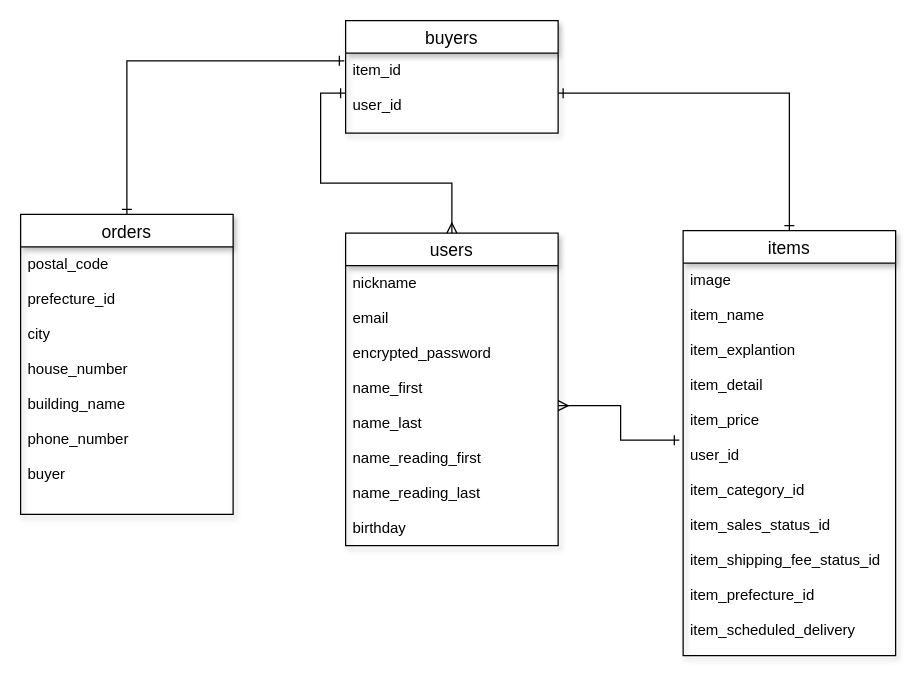
Earlier version of the draw.io diagram er.dio (takuto95/furima-31488). Source tidied: cells renumbered, new cells numbered last; positions are measured from the earlier drawing's top-left corner, leaving out a move shared by most shapes. Both pictures are drawn from the tidied source at 125%, with x=0, y=0 at pixel (20, 20).
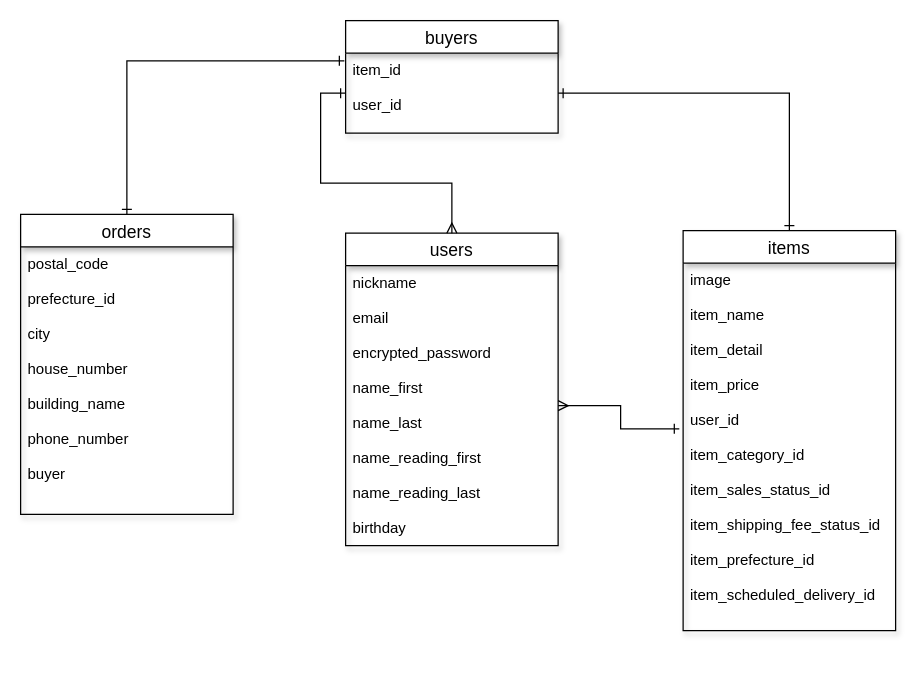
The same page after the edit.

The edit, as a diff of the source:
```diff
@@
 <mxGraphModel>
   <root>
     <mxCell id="0" />
     <mxCell id="1" parent="0" />
     <mxCell id="2" value="users" style="swimlane;fontStyle=0;horizontal=1;startSize=26;align=center;fontSize=14;shadow=1;direction=east;" parent="1" vertex="1">
       <mxGeometry x="260" y="170" width="170" height="250" as="geometry" />
     </mxCell>
     <mxCell id="3" value="nickname&#10;&#10;email&#10;&#10;encrypted_password&#10;&#10;name_first&#10;&#10;name_last&#10;&#10;name_reading_first&#10;&#10;name_reading_last&#10;&#10;birthday&#10;" style="text;strokeColor=none;fillColor=none;spacingLeft=4;spacingRight=4;overflow=hidden;points=[[0,0.5],[1,0.5]];portConstraint=eastwest;fontSize=12;" parent="2" vertex="1">
       <mxGeometry y="26" width="170" height="224" as="geometry" />
     </mxCell>
     <mxCell id="4" style="edgeStyle=orthogonalEdgeStyle;rounded=0;jettySize=auto;html=1;exitX=0.5;exitY=0;exitDx=0;exitDy=0;entryX=1;entryY=0.5;entryDx=0;entryDy=0;endArrow=ERone;endFill=0;startArrow=ERone;startFill=0;" parent="1" edge="1" source="5" target="11">
       <mxGeometry relative="1" as="geometry" />
     </mxCell>
     <mxCell id="5" value="items" style="swimlane;fontStyle=0;horizontal=1;startSize=26;align=center;fontSize=14;shadow=1;direction=east;" parent="1" vertex="1">
-      <mxGeometry x="530" y="168" width="170" height="340" as="geometry" />
+      <mxGeometry x="530" y="168" width="170" height="320" as="geometry" />
     </mxCell>
-    <mxCell id="6" value="image&#10;&#10;item_name&#10;&#10;item_explantion&#10;&#10;item_detail&#10;&#10;item_price&#10;&#10;user_id&#10;&#10;item_category_id&#10;&#10;item_sales_status_id&#10;&#10;item_shipping_fee_status_id&#10;&#10;item_prefecture_id&#10;&#10;item_scheduled_delivery" style="text;strokeColor=none;fillColor=none;spacingLeft=4;spacingRight=4;overflow=hidden;points=[[0,0.5],[1,0.5]];portConstraint=eastwest;fontSize=12;" parent="5" vertex="1">
-      <mxGeometry y="26" width="170" height="314" as="geometry" />
+    <mxCell id="6" value="image&#10;&#10;item_name&#10;&#10;item_detail&#10;&#10;item_price&#10;&#10;user_id&#10;&#10;item_category_id&#10;&#10;item_sales_status_id&#10;&#10;item_shipping_fee_status_id&#10;&#10;item_prefecture_id&#10;&#10;item_scheduled_delivery_id" style="text;strokeColor=none;fillColor=none;spacingLeft=4;spacingRight=4;overflow=hidden;points=[[0,0.5],[1,0.5]];portConstraint=eastwest;fontSize=12;" parent="5" vertex="1">
+      <mxGeometry y="26" width="170" height="294" as="geometry" />
     </mxCell>
     <mxCell id="7" style="edgeStyle=orthogonalEdgeStyle;rounded=0;jettySize=auto;html=1;exitX=0.5;exitY=0;exitDx=0;exitDy=0;entryX=-0.006;entryY=0.096;entryDx=0;entryDy=0;entryPerimeter=0;startArrow=ERone;startFill=0;endArrow=ERone;endFill=0;" parent="1" edge="1" source="8" target="11">
       <mxGeometry relative="1" as="geometry" />
     </mxCell>
     <mxCell id="8" value="orders" style="swimlane;fontStyle=0;horizontal=1;startSize=26;align=center;fontSize=14;shadow=1;direction=east;" parent="1" vertex="1">
       <mxGeometry y="155" width="170" height="240" as="geometry" />
     </mxCell>
     <mxCell id="9" value="postal_code&#10;&#10;prefecture_id&#10;&#10;city&#10;&#10;house_number&#10;&#10;building_name&#10;&#10;phone_number&#10;&#10;buyer" style="text;strokeColor=none;fillColor=none;spacingLeft=4;spacingRight=4;overflow=hidden;fontSize=12;" parent="8" vertex="1">
       <mxGeometry y="26" width="170" height="214" as="geometry" />
     </mxCell>
     <mxCell id="10" value="buyers" style="swimlane;fontStyle=0;horizontal=1;startSize=26;align=center;fontSize=14;shadow=1;direction=east;" parent="1" vertex="1">
       <mxGeometry x="260" width="170" height="90" as="geometry" />
     </mxCell>
     <mxCell id="11" value="item_id&#10;&#10;user_id" style="text;strokeColor=none;fillColor=none;spacingLeft=4;spacingRight=4;overflow=hidden;points=[[0,0.5],[1,0.5]];portConstraint=eastwest;fontSize=12;" parent="10" vertex="1">
       <mxGeometry y="26" width="170" height="64" as="geometry" />
     </mxCell>
     <mxCell id="12" style="edgeStyle=orthogonalEdgeStyle;rounded=0;jettySize=auto;html=1;exitX=1;exitY=0.5;exitDx=0;exitDy=0;entryX=-0.018;entryY=0.451;entryDx=0;entryDy=0;entryPerimeter=0;startArrow=ERmany;startFill=0;endArrow=ERone;endFill=0;" parent="1" edge="1" source="3" target="6">
       <mxGeometry relative="1" as="geometry" />
     </mxCell>
     <mxCell id="13" style="edgeStyle=orthogonalEdgeStyle;rounded=0;jettySize=auto;html=1;exitX=0;exitY=0.5;exitDx=0;exitDy=0;entryX=0.5;entryY=0;entryDx=0;entryDy=0;startArrow=ERone;startFill=0;endArrow=ERmany;endFill=0;" parent="1" edge="1" source="11" target="2">
       <mxGeometry relative="1" as="geometry" />
     </mxCell>
   </root>
 </mxGraphModel>
```
